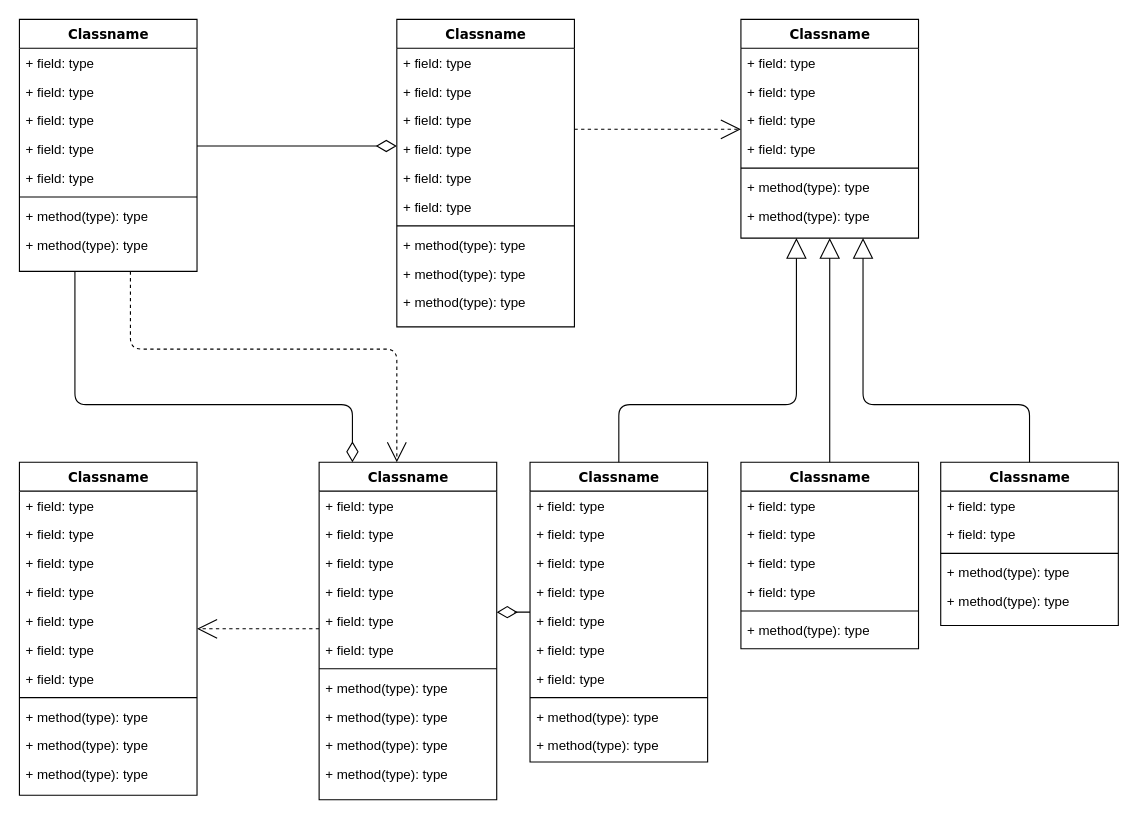
Before: Diagrama sem nome.drawio in FabricioDeQueiroz/Trabalho-OO, a draw.io diagram. Source tidied: cells renumbered, new cells numbered last; positions are measured from the earlier drawing's top-left corner, leaving out a move shared by most shapes. Both pictures are drawn from the tidied source at 111%, with x=0, y=0 at pixel (19, 19).
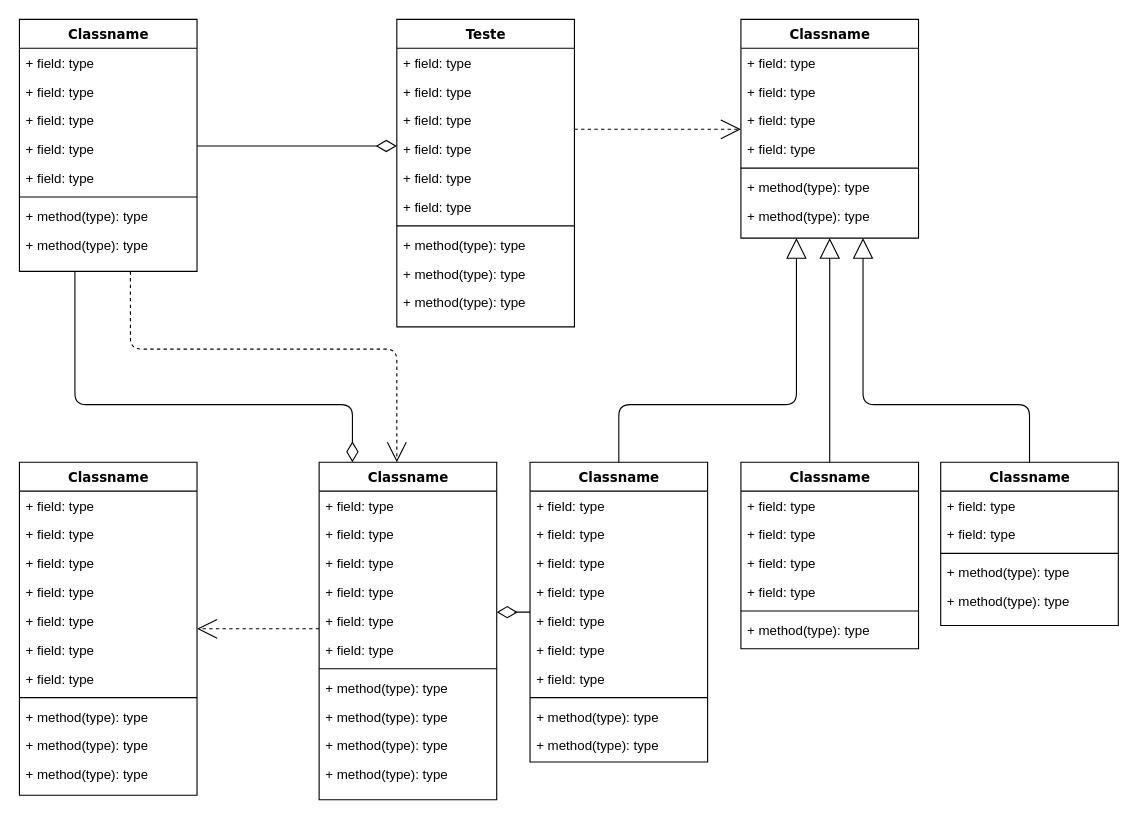
Above is the later version.

Diff of the diagram source:
```diff
@@
-    <mxCell id="14" value="Classname" style="swimlane;html=1;fontStyle=1;align=center;verticalAlign=top;horizontal=1;startSize=26;swimlaneFillColor=#ffffff;rounded=0;shadow=0;comic=0;labelBackgroundColor=none;strokeWidth=1;fillColor=none;fontFamily=Verdana;fontSize=12;" parent="1" vertex="1">
+    <mxCell id="14" value="Teste" style="swimlane;html=1;fontStyle=1;align=center;verticalAlign=top;horizontal=1;startSize=26;swimlaneFillColor=#ffffff;rounded=0;shadow=0;comic=0;labelBackgroundColor=none;strokeWidth=1;fillColor=none;fontFamily=Verdana;fontSize=12;" parent="1" vertex="1">
       <mxGeometry x="340" width="160" height="277" as="geometry" />
     </mxCell>
```
